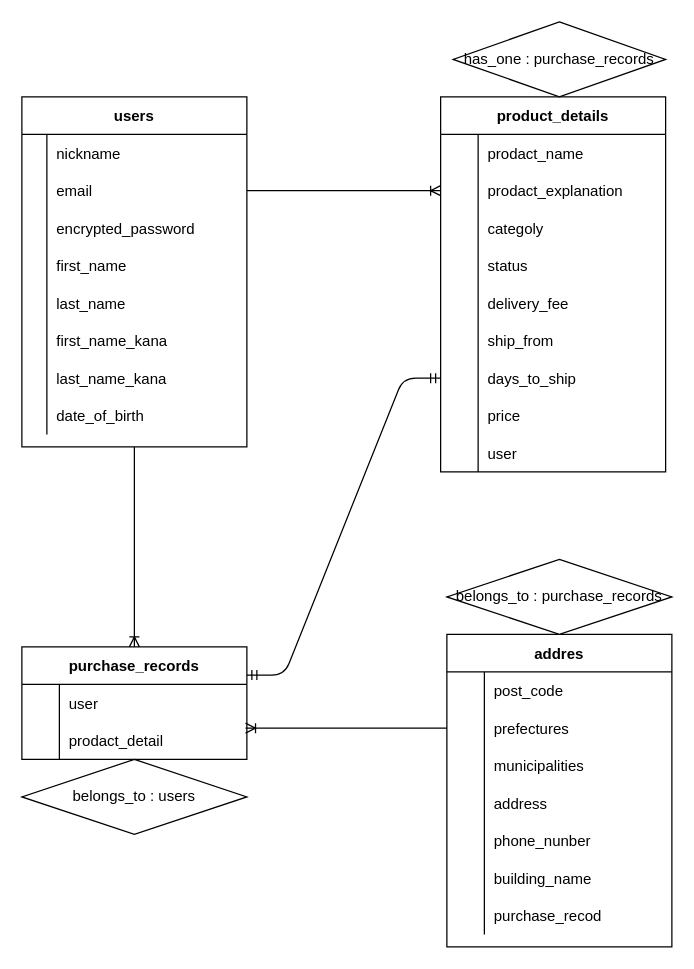
This is config/test.dio from kohei0811/furima-29622, a draw.io file, before an edit. Source tidied: cells renumbered, new cells numbered last; positions are measured from the earlier drawing's top-left corner, leaving out a move shared by most shapes. Both pictures are drawn from the tidied source at 125%, with x=0, y=0 at pixel (21, 21).
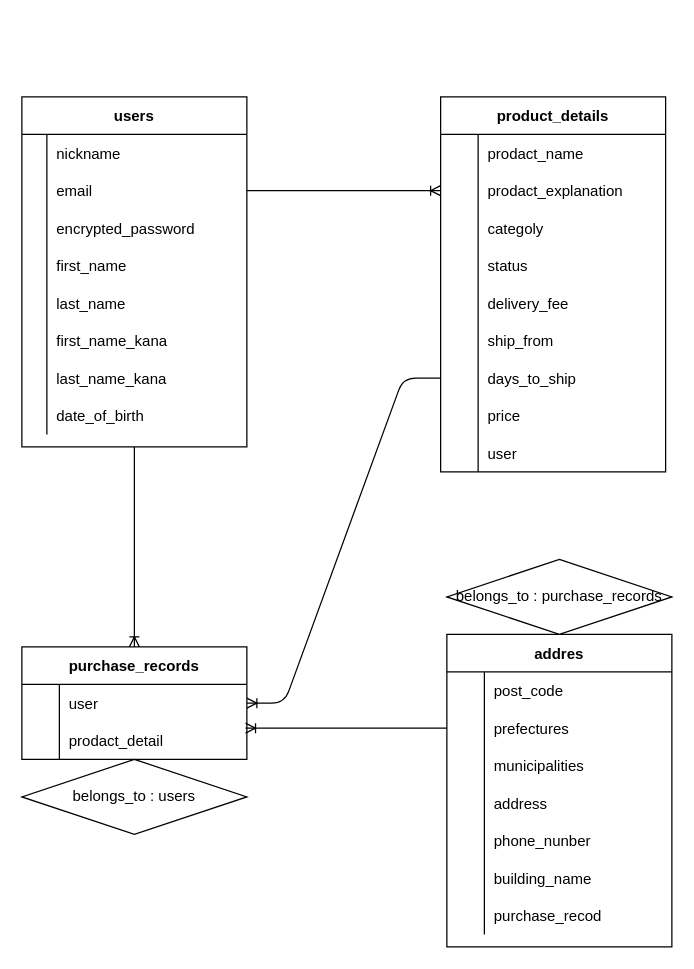
The same diagram, later.

Commit message (it also covers changes not shown here):
ER図、READMEの修正3

The change refers to these unchanged cells:
```xml
<mxCell id="46" style="shape=partialRectangle;fillColor=none;top=0;left=0;bottom=0;right=0;points=[[0,0.5],[1,0.5]];portConstraint=eastwest;" parent="27" vertex="1">
  <mxGeometry y="210" width="180" height="30" as="geometry" />
</mxCell>
<mxCell id="55" value="purchase_records" style="shape=table;startSize=30;childLayout=tableLayout;rowLines=0;fontStyle=1;align=center;" parent="1" vertex="1">
  <mxGeometry y="500" width="180" height="90" as="geometry" />
</mxCell>
<mxCell id="56" style="shape=partialRectangle;fillColor=none;top=0;left=0;bottom=0;right=0;points=[[0,0.5],[1,0.5]];portConstraint=eastwest;" parent="55" vertex="1">
  <mxGeometry y="30" width="180" height="30" as="geometry" />
</mxCell>
```

Change to the diagram source:
```diff
@@
-    <mxCell id="85" style="edgeStyle=entityRelationEdgeStyle;fontSize=12;html=1;endArrow=ERmandOne;startArrow=ERmandOne;exitX=1;exitY=0.25;exitDx=0;exitDy=0;entryX=0;entryY=0.5;entryDx=0;entryDy=0;" parent="1" edge="1" source="55" target="46">
-      <mxGeometry relative="1" as="geometry" />
-    </mxCell>
-    <mxCell id="86" value="has_one : purchase_records" style="shape=rhombus;perimeter=rhombusPerimeter;whiteSpace=wrap;html=1;align=center;" parent="1" vertex="1">
-      <mxGeometry x="345" width="170" height="60" as="geometry" />
-    </mxCell>
@@
+    <mxCell id="91" style="edgeStyle=entityRelationEdgeStyle;fontSize=12;html=1;endArrow=ERoneToMany;strokeWidth=1;entryX=1;entryY=0.5;entryDx=0;entryDy=0;exitX=0;exitY=0.5;exitDx=0;exitDy=0;" parent="1" edge="1" source="46" target="56">
+      <mxGeometry relative="1" as="geometry" />
+    </mxCell>
```
